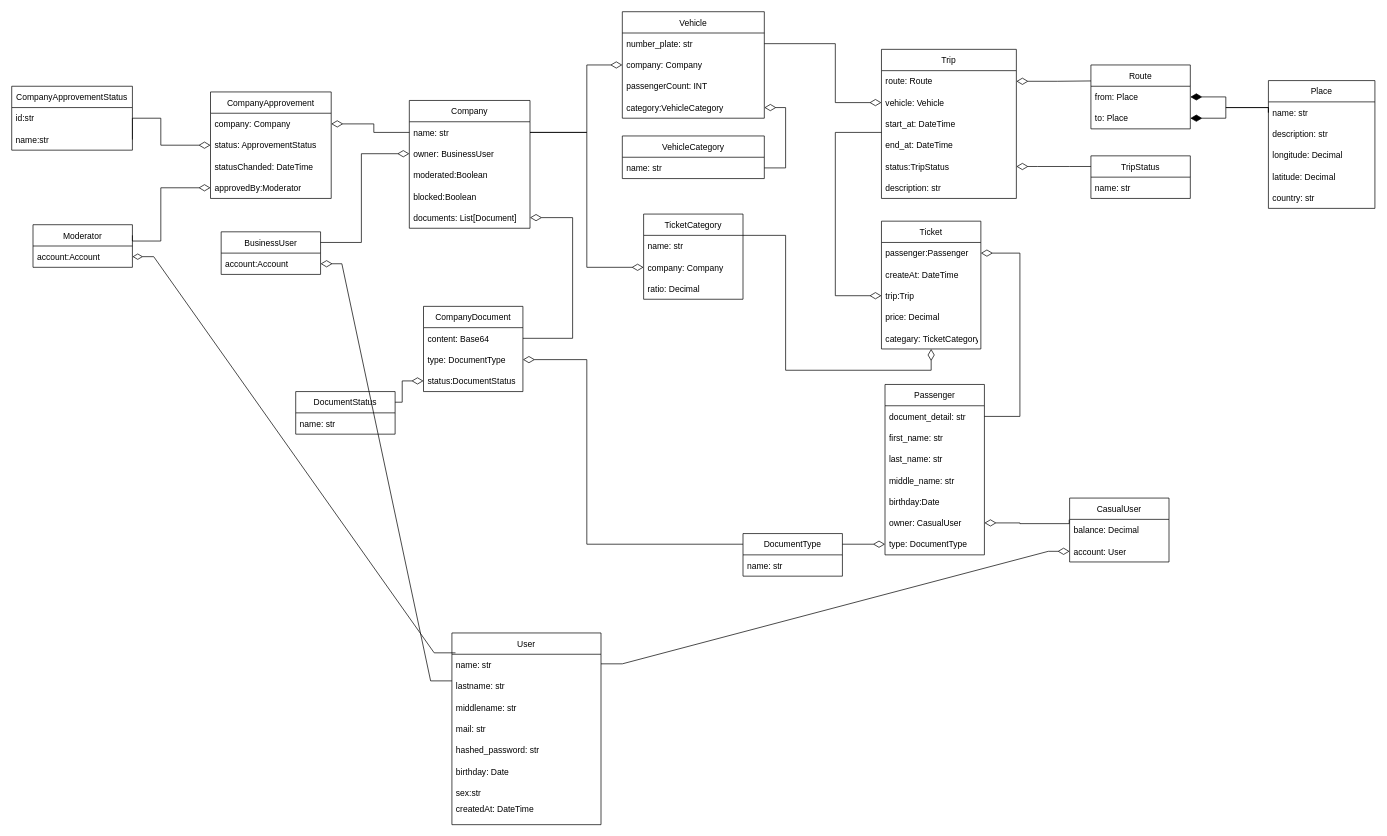
This is VehicleAggModels.drawio from vehicle-aggregator/docs, a draw.io file, before an edit. Source tidied: cells renumbered, new cells numbered last; positions are measured from the earlier drawing's top-left corner, leaving out a move shared by most shapes. Both pictures are drawn from the tidied source at 71%, with x=0, y=0 at pixel (11, 11).
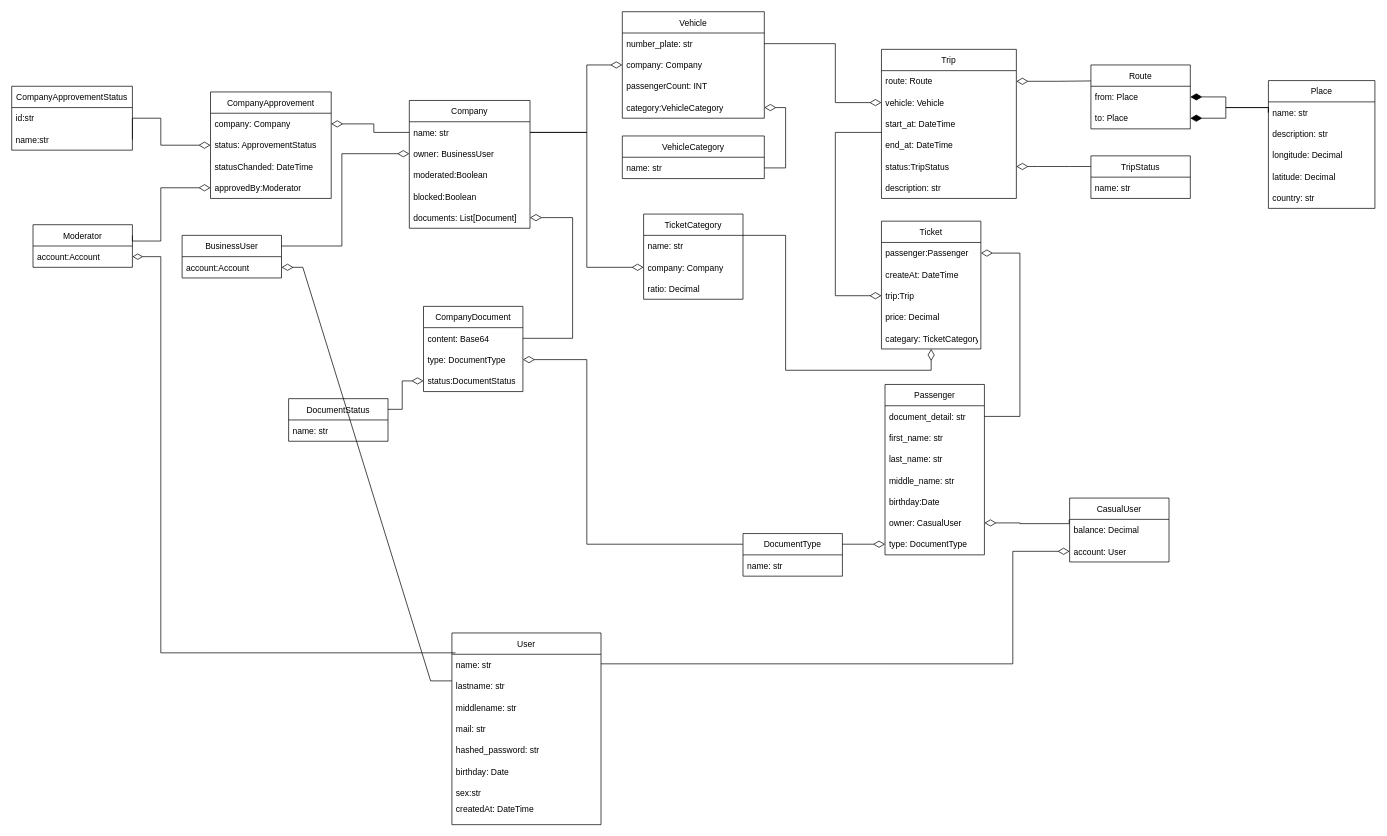
The same diagram, later.

The change refers to these unchanged cells:
```xml
<mxCell id="18" value="account:Account" style="text;strokeColor=none;fillColor=none;align=left;verticalAlign=middle;spacingLeft=4;spacingRight=4;overflow=hidden;points=[[0,0.5],[1,0.5]];portConstraint=eastwest;" parent="17" vertex="1">
  <mxGeometry y="30" width="140" height="30" as="geometry" />
</mxCell>
<mxCell id="55" value="account: User" style="text;strokeColor=none;fillColor=none;align=left;verticalAlign=middle;spacingLeft=4;spacingRight=4;overflow=hidden;points=[[0,0.5],[1,0.5]];portConstraint=eastwest;" parent="53" vertex="1">
  <mxGeometry y="60" width="140" height="30" as="geometry" />
</mxCell>
<mxCell id="83" value="User" style="swimlane;fontStyle=0;horizontal=1;startSize=30;" parent="1" vertex="1">
  <mxGeometry x="620" y="875" width="210" height="270" as="geometry" />
</mxCell>
<mxCell id="84" value="name: str" style="text;strokeColor=none;fillColor=none;align=left;verticalAlign=middle;spacingLeft=4;spacingRight=4;overflow=hidden;points=[[0,0.5],[1,0.5]];portConstraint=eastwest;" parent="83" vertex="1">
  <mxGeometry y="30" width="210" height="30" as="geometry" />
</mxCell>
```

The edit, as a diff of the source:
```diff
@@
     <mxCell id="2" value="BusinessUser" style="swimlane;fontStyle=0;horizontal=1;startSize=30;" parent="1" vertex="1">
-      <mxGeometry x="295" y="310" width="140" height="60" as="geometry" />
+      <mxGeometry x="240" y="315" width="140" height="60" as="geometry" />
     </mxCell>
@@
     <mxCell id="79" value="DocumentStatus" style="swimlane;fontStyle=0;horizontal=1;startSize=30;" parent="1" vertex="1">
-      <mxGeometry x="400" y="535" width="140" height="60" as="geometry" />
+      <mxGeometry x="390" y="545" width="140" height="60" as="geometry" />
     </mxCell>
@@
-    <mxCell id="103" style="edgeStyle=entityRelationEdgeStyle;rounded=0;jettySize=auto;html=1;entryX=1;entryY=0.161;entryDx=0;entryDy=0;entryPerimeter=0;endArrow=none;endFill=0;strokeWidth=1;endSize=11;startArrow=diamondThin;startFill=0;startSize=14;" parent="1" edge="1" source="55" target="83">
-      <mxGeometry relative="1" as="geometry" />
+    <mxCell id="103" style="edgeStyle=orthogonalEdgeStyle;rounded=0;jettySize=auto;html=1;entryX=1;entryY=0.161;entryDx=0;entryDy=0;entryPerimeter=0;endArrow=none;endFill=0;strokeWidth=1;endSize=11;startArrow=diamondThin;startFill=0;startSize=14;" parent="1" edge="1" source="55" target="83">
+      <mxGeometry relative="1" as="geometry">
+        <Array as="points">
+          <mxPoint x="1410" y="760" />
+          <mxPoint x="1410" y="918" />
+        </Array>
+      </mxGeometry>
     </mxCell>
@@
-    <mxCell id="105" style="edgeStyle=entityRelationEdgeStyle;rounded=0;jettySize=auto;html=1;entryX=0.024;entryY=-0.067;entryDx=0;entryDy=0;entryPerimeter=0;startArrow=diamondThin;startFill=0;startSize=12;endArrow=none;endFill=0;" parent="1" edge="1" source="18" target="84">
-      <mxGeometry relative="1" as="geometry" />
+    <mxCell id="105" style="edgeStyle=orthogonalEdgeStyle;rounded=0;jettySize=auto;html=1;entryX=0.024;entryY=-0.067;entryDx=0;entryDy=0;entryPerimeter=0;startArrow=diamondThin;startFill=0;startSize=12;endArrow=none;endFill=0;" parent="1" edge="1" source="18" target="84">
+      <mxGeometry relative="1" as="geometry">
+        <Array as="points">
+          <mxPoint x="210" y="345" />
+          <mxPoint x="210" y="903" />
+        </Array>
+      </mxGeometry>
     </mxCell>
```
